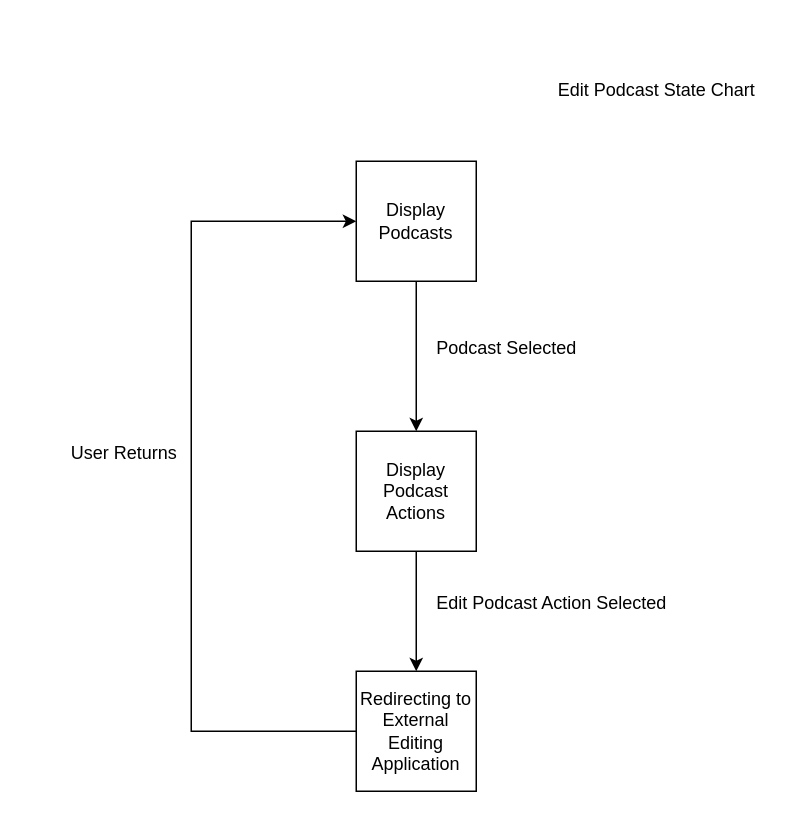
The draw.io diagram D6a-Statecharts/edit_podcast_statechart.drawio in Glizzus/COMP-3700, before the edit. Source tidied: cells renumbered, new cells numbered last; positions are measured from the earlier drawing's top-left corner, leaving out a move shared by most shapes. Both pictures are drawn from the tidied source at 150%, with x=0, y=0 at pixel (56, 68).
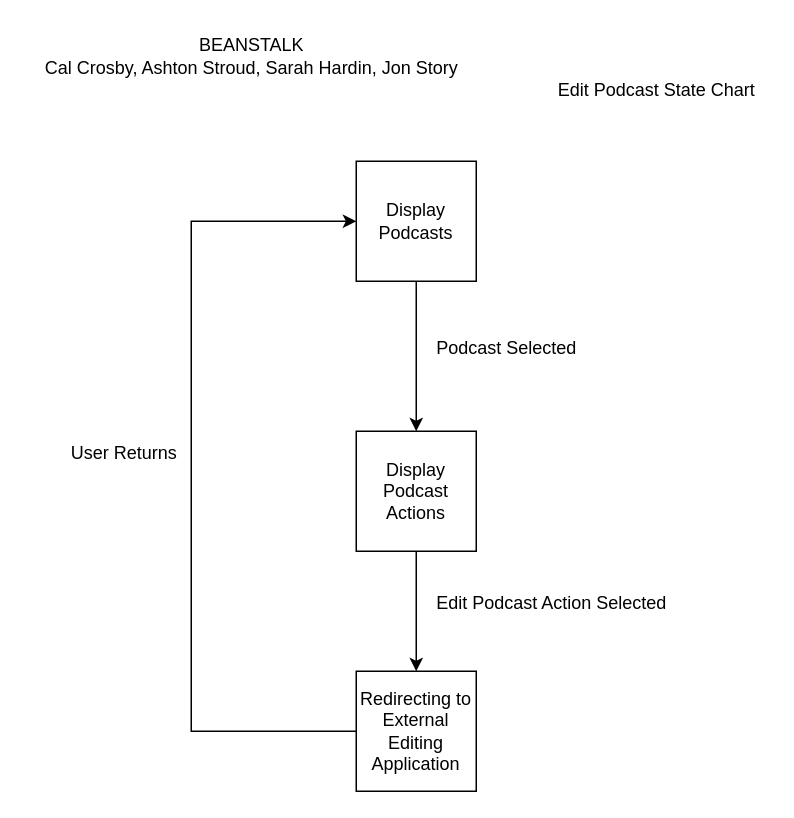
Above is the later version.

Change to the diagram source:
```diff
@@
 <mxGraphModel>
   <root>
     <mxCell id="0" />
     <mxCell id="1" parent="0" />
     <mxCell id="2" style="edgeStyle=orthogonalEdgeStyle;rounded=0;jettySize=auto;html=1;" parent="1" edge="1" source="3">
       <mxGeometry relative="1" as="geometry">
         <mxPoint x="240" y="242" as="targetPoint" />
       </mxGeometry>
     </mxCell>
     <mxCell id="3" value="Display Podcasts" style="whiteSpace=wrap;html=1;" parent="1" vertex="1">
       <mxGeometry x="200" y="62" width="80" height="80" as="geometry" />
     </mxCell>
     <mxCell id="4" value="Podcast Selected" style="text;html=1;align=center;verticalAlign=middle;strokeColor=none;fillColor=none;" parent="1" vertex="1">
       <mxGeometry x="240" y="172" width="120" height="30" as="geometry" />
     </mxCell>
     <mxCell id="5" style="edgeStyle=orthogonalEdgeStyle;rounded=0;jettySize=auto;html=1;" parent="1" edge="1" source="6">
       <mxGeometry relative="1" as="geometry">
         <mxPoint x="240" y="402" as="targetPoint" />
       </mxGeometry>
     </mxCell>
     <mxCell id="6" value="Display Podcast Actions" style="whiteSpace=wrap;html=1;" parent="1" vertex="1">
       <mxGeometry x="200" y="242" width="80" height="80" as="geometry" />
     </mxCell>
     <mxCell id="7" value="Edit Podcast Action Selected" style="text;html=1;align=center;verticalAlign=middle;strokeColor=none;fillColor=none;" parent="1" vertex="1">
       <mxGeometry x="240" y="342" width="180" height="30" as="geometry" />
     </mxCell>
     <mxCell id="8" style="edgeStyle=orthogonalEdgeStyle;rounded=0;jettySize=auto;html=1;entryX=0;entryY=0.5;entryDx=0;entryDy=0;" parent="1" edge="1" source="9" target="3">
       <mxGeometry relative="1" as="geometry">
         <Array as="points">
           <mxPoint x="90" y="442" />
           <mxPoint x="90" y="102" />
         </Array>
       </mxGeometry>
     </mxCell>
     <mxCell id="9" value="Redirecting to External Editing Application" style="whiteSpace=wrap;html=1;" parent="1" vertex="1">
       <mxGeometry x="200" y="402" width="80" height="80" as="geometry" />
     </mxCell>
     <mxCell id="10" value="Edit Podcast State Chart" style="text;html=1;align=center;verticalAlign=middle;strokeColor=none;fillColor=none;" parent="1" vertex="1">
       <mxGeometry x="325" width="150" height="30" as="geometry" />
     </mxCell>
     <mxCell id="11" value="User Returns" style="text;html=1;align=center;verticalAlign=middle;strokeColor=none;fillColor=none;" parent="1" vertex="1">
       <mxGeometry y="242" width="90" height="30" as="geometry" />
     </mxCell>
+    <mxCell id="12" value="BEANSTALK&lt;br&gt;Cal Crosby, Ashton Stroud, Sarah Hardin, Jon Story" style="text;html=1;align=center;verticalAlign=middle;strokeColor=none;fillColor=none;" parent="1" vertex="1">
+      <mxGeometry x="-20" y="-28" width="300" height="40" as="geometry" />
+    </mxCell>
   </root>
 </mxGraphModel>
```
